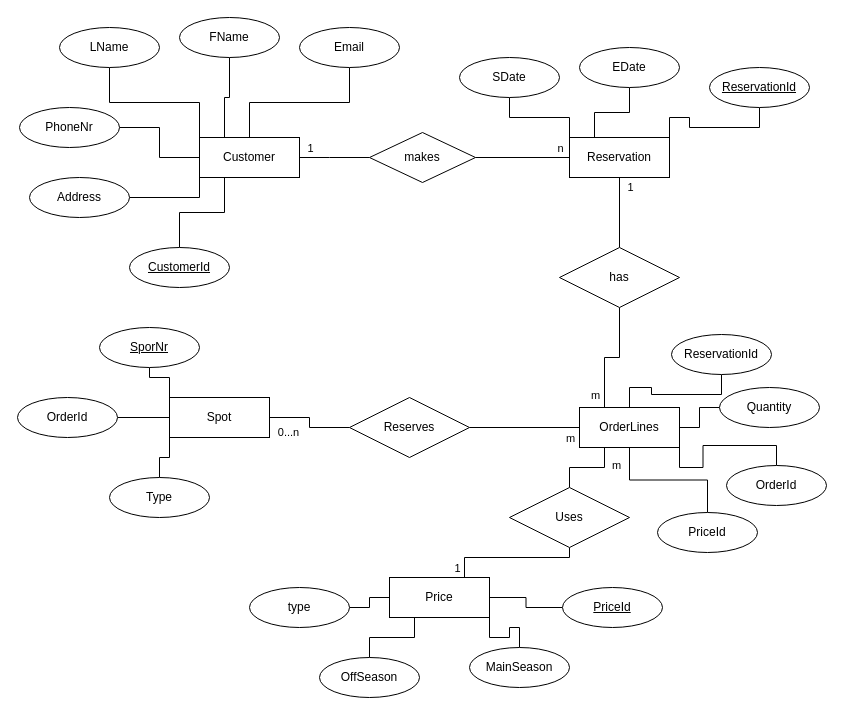
This is Documentation/ER Diagram.drawio from emils0/Campingpladsen, a draw.io file, before an edit. Source tidied: cells renumbered, new cells numbered last; positions are measured from the earlier drawing's top-left corner, leaving out a move shared by most shapes. Both pictures are drawn from the tidied source at 100%, with x=0, y=0 at pixel (17, 17).
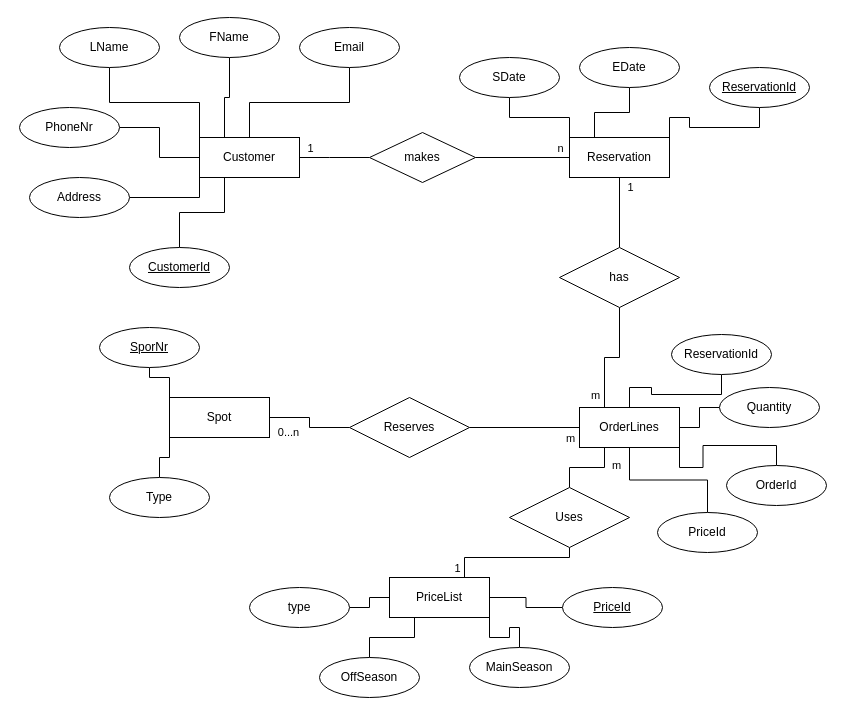
The same diagram, later.

The change refers to these unchanged cells:
```xml
<mxCell id="45" value="Spot" style="whiteSpace=wrap;html=1;align=center;" parent="1" vertex="1">
  <mxGeometry x="152" y="380" width="100" height="40" as="geometry" />
</mxCell>
```

The edit, as a diff of the source:
```diff
@@
-    <mxCell id="44" style="edgeStyle=orthogonalEdgeStyle;rounded=0;jettySize=auto;html=1;endArrow=none;endFill=0;" parent="1" edge="1" source="45" target="62">
-      <mxGeometry relative="1" as="geometry" />
-    </mxCell>
@@
-    <mxCell id="51" value="Price" style="whiteSpace=wrap;html=1;align=center;" parent="1" vertex="1">
+    <mxCell id="51" value="PriceList" style="whiteSpace=wrap;html=1;align=center;" parent="1" vertex="1">
       <mxGeometry x="372" y="560" width="100" height="40" as="geometry" />
     </mxCell>
@@
-    <mxCell id="62" value="OrderId" style="ellipse;whiteSpace=wrap;html=1;align=center;" parent="1" vertex="1">
-      <mxGeometry y="380" width="100" height="40" as="geometry" />
-    </mxCell>
```
